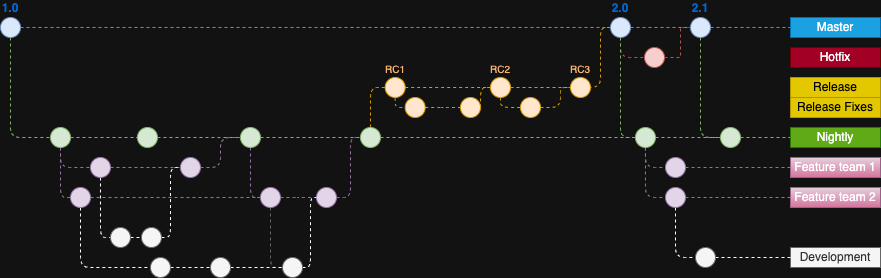
Before: Github.png, a diagram exported from draw.io (pcualmac/GitHubBranchingStrategy). Source tidied: cells renumbered, new cells last; positions are measured from the earlier drawing's top-left corner, leaving out a move shared by most shapes.
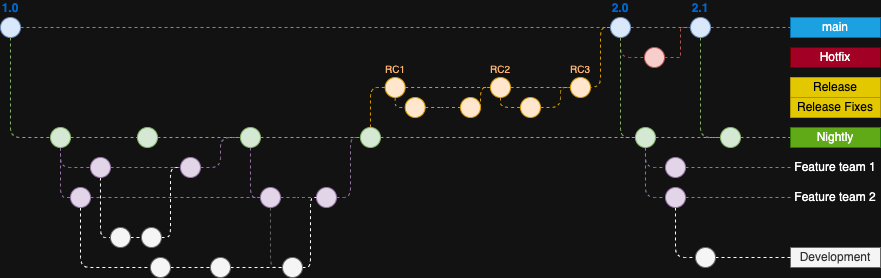
Above is the later version.

Change to the diagram source:
```diff
@@ -15,7 +15,7 @@
     <mxCell id="4" value="1.0" style="ellipse;whiteSpace=wrap;html=1;fillColor=#dae8fc;strokeColor=#6c8ebf;fontStyle=1;labelPosition=center;verticalLabelPosition=top;align=center;verticalAlign=bottom;fontColor=#0066CC;" parent="1" vertex="1">
       <mxGeometry width="20" height="20" as="geometry" />
     </mxCell>
-    <mxCell id="5" value="Master" style="text;html=1;strokeColor=#006EAF;fillColor=#1ba1e2;align=center;verticalAlign=middle;whiteSpace=wrap;rounded=0;fontColor=#ffffff;" parent="1" vertex="1">
+    <mxCell id="5" value="main" style="text;html=1;strokeColor=#006EAF;fillColor=#1ba1e2;align=center;verticalAlign=middle;whiteSpace=wrap;rounded=0;fontColor=#ffffff;" parent="1" vertex="1">
       <mxGeometry x="790" width="90" height="20" as="geometry" />
     </mxCell>
     <mxCell id="6" style="endArrow=none;dashed=1;html=1;fillColor=#f8cecc;strokeColor=#b85450;entryX=0;entryY=0.5;entryDx=0;entryDy=0;endFill=0;rounded=0;" parent="1" edge="1" source="8" target="9">
@@ -211,10 +211,10 @@
     <mxCell id="48" style="edgeStyle=orthogonalEdgeStyle;rounded=1;jettySize=auto;html=1;dashed=1;endArrow=none;endFill=0;fillColor=#d5e8d4;strokeColor=#82b366;" parent="1" edge="1" source="24" target="67">
       <mxGeometry relative="1" as="geometry" />
     </mxCell>
-    <mxCell id="49" value="Feature team 1" style="text;html=1;strokeColor=#996185;fillColor=#e6d0de;align=center;verticalAlign=middle;whiteSpace=wrap;rounded=0;gradientColor=#d5739d;" parent="1" vertex="1">
+    <mxCell id="49" value="Feature team 1" style="text;html=1;fillColor=none;align=center;verticalAlign=middle;whiteSpace=wrap;rounded=0;" parent="1" vertex="1">
       <mxGeometry x="790" y="140" width="90" height="20" as="geometry" />
     </mxCell>
-    <mxCell id="50" value="Feature team 2" style="text;html=1;strokeColor=#996185;fillColor=#e6d0de;align=center;verticalAlign=middle;whiteSpace=wrap;rounded=0;gradientColor=#d5739d;" parent="1" vertex="1">
+    <mxCell id="50" value="Feature team 2" style="text;html=1;fillColor=none;align=center;verticalAlign=middle;whiteSpace=wrap;rounded=0;" parent="1" vertex="1">
       <mxGeometry x="790" y="170" width="90" height="20" as="geometry" />
     </mxCell>
     <mxCell id="51" style="edgeStyle=orthogonalEdgeStyle;rounded=1;jettySize=auto;html=1;dashed=1;endArrow=none;endFill=0;fontSize=12;fontColor=#FFB570;jumpStyle=arc;entryX=0;entryY=0.5;entryDx=0;entryDy=0;" parent="1" edge="1" source="52" target="38">
```
